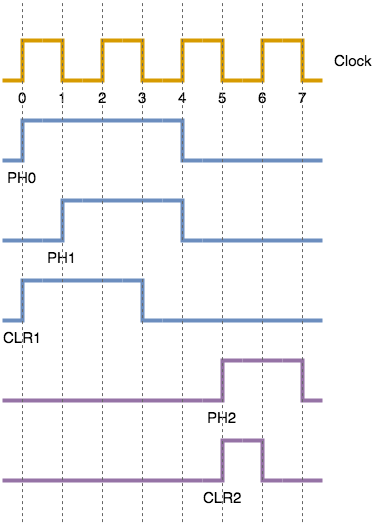
Earlier version of the draw.io export Docs/Sequencer.png (John-Lluch/G6A-RISC). Source tidied: cells renumbered, new cells last; positions are measured from the earlier drawing's top-left corner, leaving out a move shared by most shapes.
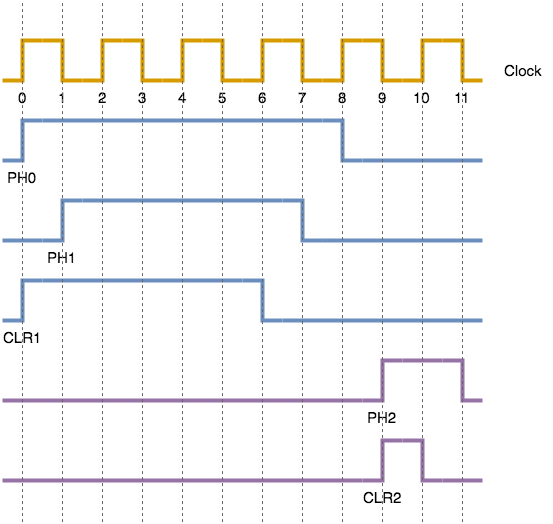
The same diagram one commit later.

What changed in the source:
```diff
@@ -30,23 +30,14 @@
       <mxGeometry y="120" width="40" height="40" as="geometry" />
     </mxCell>
     <mxCell id="11" style="verticalLabelPosition=bottom;shadow=0;dashed=0;align=center;fillColor=#dae8fc;html=1;verticalAlign=top;strokeWidth=4;shape=mxgraph.electrical.waveforms.step_2;fontSize=15;strokeColor=#6c8ebf;" parent="1" vertex="1">
-      <mxGeometry x="160" y="120" width="40" height="40" as="geometry" />
+      <mxGeometry x="320" y="120" width="40" height="40" as="geometry" />
     </mxCell>
-    <mxCell id="12" style="endArrow=none;html=1;fontSize=15;strokeWidth=4;fillColor=#dae8fc;strokeColor=#6c8ebf;rounded=0;align=center;verticalAlign=top;" parent="1" edge="1">
-      <mxGeometry relative="1" as="geometry">
-        <mxPoint x="79" y="120" as="sourcePoint" />
-        <mxPoint x="160" y="120" as="targetPoint" />
-        <Array as="points">
-          <mxPoint x="40" y="120" />
-        </Array>
-      </mxGeometry>
-    </mxCell>
     <mxCell id="13" style="endArrow=none;html=1;fontSize=15;strokeWidth=4;fillColor=#dae8fc;strokeColor=#6c8ebf;align=center;verticalAlign=top;" parent="1" edge="1">
       <mxGeometry relative="1" as="geometry">
-        <mxPoint x="200" y="160" as="sourcePoint" />
-        <mxPoint x="320" y="160" as="targetPoint" />
+        <mxPoint x="360" y="160" as="sourcePoint" />
+        <mxPoint x="480" y="160" as="targetPoint" />
         <Array as="points">
-          <mxPoint x="200" y="160" />
+          <mxPoint x="360" y="160" />
         </Array>
       </mxGeometry>
     </mxCell>
@@ -54,134 +45,171 @@
       <mxGeometry x="40" y="200" width="40" height="40" as="geometry" />
     </mxCell>
     <mxCell id="15" style="verticalLabelPosition=bottom;shadow=0;dashed=0;align=center;fillColor=#dae8fc;html=1;verticalAlign=top;strokeWidth=4;shape=mxgraph.electrical.waveforms.step_2;fontSize=15;strokeColor=#6c8ebf;" parent="1" vertex="1">
-      <mxGeometry x="160" y="200" width="40" height="40" as="geometry" />
+      <mxGeometry x="280" y="200" width="40" height="40" as="geometry" />
     </mxCell>
     <mxCell id="16" style="endArrow=none;html=1;fontSize=15;strokeWidth=4;fillColor=#dae8fc;strokeColor=#6c8ebf;rounded=0;align=center;verticalAlign=top;" parent="1" edge="1">
       <mxGeometry relative="1" as="geometry">
         <mxPoint x="80" y="200" as="sourcePoint" />
-        <mxPoint x="160" y="200" as="targetPoint" />
+        <mxPoint x="280" y="200" as="targetPoint" />
       </mxGeometry>
     </mxCell>
-    <mxCell id="17" style="endArrow=none;html=1;fontSize=15;strokeWidth=4;fillColor=#dae8fc;strokeColor=#6c8ebf;rounded=0;align=center;verticalAlign=top;" parent="1" edge="1">
+    <mxCell id="17" style="endArrow=none;html=1;fontSize=15;strokeWidth=4;fillColor=#dae8fc;strokeColor=#6c8ebf;rounded=0;align=center;verticalAlign=top;exitX=0.992;exitY=1;exitDx=0;exitDy=0;exitPerimeter=0;" parent="1" edge="1" source="15">
       <mxGeometry relative="1" as="geometry">
-        <mxPoint x="200" y="240" as="sourcePoint" />
-        <mxPoint x="320" y="240" as="targetPoint" />
+        <mxPoint x="480" y="240" as="targetPoint" />
       </mxGeometry>
     </mxCell>
-    <mxCell id="18" style="endArrow=none;html=1;fontSize=15;strokeWidth=4;fillColor=#dae8fc;strokeColor=#6c8ebf;rounded=0;align=center;verticalAlign=top;" parent="1" edge="1">
-      <mxGeometry relative="1" as="geometry">
-        <mxPoint x="30" y="240" as="sourcePoint" />
-        <mxPoint x="30" y="240" as="targetPoint" />
-        <Array as="points">
-          <mxPoint y="240" />
-          <mxPoint x="40" y="240" />
-        </Array>
-      </mxGeometry>
-    </mxCell>
     <mxCell id="19" value="CLR1" style="verticalLabelPosition=bottom;shadow=0;dashed=0;align=center;fillColor=#dae8fc;html=1;verticalAlign=top;strokeWidth=4;shape=mxgraph.electrical.waveforms.step_1;fontSize=15;strokeColor=#6c8ebf;fontStyle=0;" parent="1" vertex="1">
       <mxGeometry y="280" width="40" height="40" as="geometry" />
     </mxCell>
     <mxCell id="20" style="verticalLabelPosition=bottom;shadow=0;dashed=0;align=center;fillColor=#dae8fc;html=1;verticalAlign=top;strokeWidth=4;shape=mxgraph.electrical.waveforms.step_2;fontSize=15;strokeColor=#6c8ebf;" parent="1" vertex="1">
-      <mxGeometry x="120" y="280" width="40" height="40" as="geometry" />
+      <mxGeometry x="240" y="280" width="40" height="40" as="geometry" />
     </mxCell>
     <mxCell id="21" style="endArrow=none;html=1;fontSize=15;strokeWidth=4;fillColor=#dae8fc;strokeColor=#6c8ebf;rounded=0;align=center;verticalAlign=top;" parent="1" edge="1">
       <mxGeometry relative="1" as="geometry">
         <mxPoint x="40" y="280" as="sourcePoint" />
-        <mxPoint x="120" y="280" as="targetPoint" />
+        <mxPoint x="240" y="280" as="targetPoint" />
       </mxGeometry>
     </mxCell>
     <mxCell id="22" style="endArrow=none;html=1;fontSize=15;strokeWidth=4;fillColor=#dae8fc;strokeColor=#6c8ebf;rounded=0;align=center;verticalAlign=top;" parent="1" edge="1">
       <mxGeometry relative="1" as="geometry">
-        <mxPoint x="160" y="320" as="sourcePoint" />
-        <mxPoint x="320" y="320" as="targetPoint" />
+        <mxPoint x="280" y="320" as="sourcePoint" />
+        <mxPoint x="480" y="320" as="targetPoint" />
       </mxGeometry>
     </mxCell>
     <mxCell id="23" value="PH2" style="verticalLabelPosition=bottom;shadow=0;dashed=0;align=center;fillColor=#e1d5e7;html=1;verticalAlign=top;strokeWidth=4;shape=mxgraph.electrical.waveforms.step_1;fontSize=15;strokeColor=#9673a6;fontStyle=0;" parent="1" vertex="1">
-      <mxGeometry x="200" y="360" width="40" height="40" as="geometry" />
+      <mxGeometry x="360" y="360" width="40" height="40" as="geometry" />
     </mxCell>
     <mxCell id="24" style="verticalLabelPosition=bottom;shadow=0;dashed=0;align=center;fillColor=#e1d5e7;html=1;verticalAlign=top;strokeWidth=4;shape=mxgraph.electrical.waveforms.step_2;fontSize=15;strokeColor=#9673a6;" parent="1" vertex="1">
-      <mxGeometry x="280" y="360" width="40" height="40" as="geometry" />
+      <mxGeometry x="440" y="360" width="40" height="40" as="geometry" />
     </mxCell>
     <mxCell id="25" style="endArrow=none;html=1;fontSize=15;strokeWidth=4;fillColor=#e1d5e7;strokeColor=#9673a6;rounded=0;align=center;verticalAlign=top;" parent="1" edge="1">
       <mxGeometry relative="1" as="geometry">
-        <mxPoint x="240" y="360" as="sourcePoint" />
-        <mxPoint x="280" y="360" as="targetPoint" />
+        <mxPoint x="400" y="360" as="sourcePoint" />
+        <mxPoint x="440" y="360" as="targetPoint" />
       </mxGeometry>
     </mxCell>
     <mxCell id="26" value="CLR2" style="verticalLabelPosition=bottom;shadow=0;dashed=0;align=center;fillColor=#e1d5e7;html=1;verticalAlign=top;strokeWidth=4;shape=mxgraph.electrical.waveforms.step_1;fontSize=15;strokeColor=#9673a6;fontStyle=0;" parent="1" vertex="1">
-      <mxGeometry x="200" y="440.1" width="40" height="40" as="geometry" />
+      <mxGeometry x="360" y="440.1" width="40" height="40" as="geometry" />
     </mxCell>
     <mxCell id="27" style="verticalLabelPosition=bottom;shadow=0;dashed=0;align=center;fillColor=#e1d5e7;html=1;verticalAlign=top;strokeWidth=4;shape=mxgraph.electrical.waveforms.step_2;fontSize=15;strokeColor=#9673a6;" parent="1" vertex="1">
-      <mxGeometry x="240" y="440.1" width="40" height="40" as="geometry" />
+      <mxGeometry x="400" y="440.1" width="40" height="40" as="geometry" />
     </mxCell>
     <mxCell id="28" style="endArrow=none;html=1;fontSize=15;strokeWidth=4;fillColor=#e1d5e7;strokeColor=#9673a6;rounded=0;align=center;verticalAlign=top;" parent="1" edge="1">
       <mxGeometry relative="1" as="geometry">
         <mxPoint y="480" as="sourcePoint" />
-        <mxPoint x="200" y="480" as="targetPoint" />
+        <mxPoint x="360" y="480" as="targetPoint" />
       </mxGeometry>
     </mxCell>
     <mxCell id="29" style="endArrow=none;html=1;fontSize=15;strokeWidth=4;fillColor=#e1d5e7;strokeColor=#9673a6;rounded=0;align=center;verticalAlign=top;" parent="1" edge="1">
       <mxGeometry relative="1" as="geometry">
         <mxPoint y="400" as="sourcePoint" />
-        <mxPoint x="200" y="400" as="targetPoint" />
+        <mxPoint x="360" y="400" as="targetPoint" />
       </mxGeometry>
     </mxCell>
     <mxCell id="30" style="endArrow=none;html=1;fontSize=15;strokeWidth=4;fillColor=#e1d5e7;strokeColor=#9673a6;rounded=0;align=center;verticalAlign=top;" parent="1" edge="1">
       <mxGeometry relative="1" as="geometry">
-        <mxPoint x="280" y="480" as="sourcePoint" />
-        <mxPoint x="320" y="480" as="targetPoint" />
+        <mxPoint x="440" y="480" as="sourcePoint" />
+        <mxPoint x="480" y="480" as="targetPoint" />
       </mxGeometry>
     </mxCell>
+    <mxCell id="39" value="Clock" style="text;html=1;strokeColor=none;fillColor=none;align=left;verticalAlign=middle;whiteSpace=wrap;rounded=0;shadow=0;fontSize=15;" parent="1" vertex="1">
+      <mxGeometry x="500" y="60" width="50" height="20" as="geometry" />
+    </mxCell>
+    <mxCell id="40" value="8" style="verticalLabelPosition=bottom;shadow=0;dashed=0;align=center;fillColor=#ffe6cc;html=1;verticalAlign=top;strokeWidth=4;shape=mxgraph.electrical.waveforms.step_1;fontStyle=0;fontSize=15;strokeColor=#d79b00;" parent="1" vertex="1">
+      <mxGeometry x="320" y="40" width="40" height="40" as="geometry" />
+    </mxCell>
+    <mxCell id="41" value="9" style="verticalLabelPosition=bottom;shadow=0;dashed=0;align=center;fillColor=#ffe6cc;html=1;verticalAlign=top;strokeWidth=4;shape=mxgraph.electrical.waveforms.step_2;fontSize=15;fontStyle=0;strokeColor=#d79b00;" parent="1" vertex="1">
+      <mxGeometry x="360" y="40" width="40" height="40" as="geometry" />
+    </mxCell>
+    <mxCell id="42" value="10" style="verticalLabelPosition=bottom;shadow=0;dashed=0;align=center;fillColor=#ffe6cc;html=1;verticalAlign=top;strokeWidth=4;shape=mxgraph.electrical.waveforms.step_1;fontStyle=0;fontSize=15;strokeColor=#d79b00;" parent="1" vertex="1">
+      <mxGeometry x="400" y="40" width="40" height="40" as="geometry" />
+    </mxCell>
+    <mxCell id="43" value="11" style="verticalLabelPosition=bottom;shadow=0;dashed=0;align=center;fillColor=#ffe6cc;html=1;verticalAlign=top;strokeWidth=4;shape=mxgraph.electrical.waveforms.step_2;fontSize=15;fontStyle=0;strokeColor=#d79b00;" parent="1" vertex="1">
+      <mxGeometry x="440" y="40" width="40" height="40" as="geometry" />
+    </mxCell>
+    <mxCell id="44" style="endArrow=none;html=1;fontSize=15;strokeWidth=4;fillColor=#dae8fc;strokeColor=#6c8ebf;rounded=0;align=center;verticalAlign=top;entryX=0;entryY=0;entryDx=0;entryDy=0;entryPerimeter=0;" parent="1" edge="1" target="11">
+      <mxGeometry relative="1" as="geometry">
+        <mxPoint x="40" y="120" as="sourcePoint" />
+      </mxGeometry>
+    </mxCell>
+    <mxCell id="45" style="endArrow=none;html=1;fontSize=15;strokeWidth=4;fillColor=#dae8fc;strokeColor=#6c8ebf;rounded=0;align=center;verticalAlign=top;" parent="1" edge="1">
+      <mxGeometry relative="1" as="geometry">
+        <mxPoint y="240" as="sourcePoint" />
+        <mxPoint x="40" y="240" as="targetPoint" />
+      </mxGeometry>
+    </mxCell>
+    <mxCell id="46" value="Lineas" parent="0" />
-    <mxCell id="31" style="endArrow=none;dashed=1;html=1;strokeWidth=1;fontSize=18;fillColor=#f5f5f5;strokeColor=#666666;verticalAlign=top;align=center;" parent="1" edge="1">
+    <mxCell id="31" style="endArrow=none;dashed=1;html=1;strokeWidth=1;fontSize=18;fillColor=#f5f5f5;strokeColor=#666666;verticalAlign=top;align=center;" parent="46" edge="1">
       <mxGeometry relative="1" as="geometry">
         <mxPoint x="20" y="521.6" as="sourcePoint" />
         <mxPoint x="20" as="targetPoint" />
       </mxGeometry>
     </mxCell>
-    <mxCell id="32" style="endArrow=none;dashed=1;html=1;strokeWidth=1;fontSize=18;fillColor=#f5f5f5;strokeColor=#666666;verticalAlign=top;align=center;" parent="1" edge="1">
+    <mxCell id="32" style="endArrow=none;dashed=1;html=1;strokeWidth=1;fontSize=18;fillColor=#f5f5f5;strokeColor=#666666;verticalAlign=top;align=center;" parent="46" edge="1">
       <mxGeometry relative="1" as="geometry">
         <mxPoint x="60" y="521.6" as="sourcePoint" />
         <mxPoint x="60" as="targetPoint" />
       </mxGeometry>
     </mxCell>
-    <mxCell id="33" style="endArrow=none;dashed=1;html=1;strokeWidth=1;fontSize=18;fillColor=#f5f5f5;strokeColor=#666666;verticalAlign=top;align=center;" parent="1" edge="1">
+    <mxCell id="33" style="endArrow=none;dashed=1;html=1;strokeWidth=1;fontSize=18;fillColor=#f5f5f5;strokeColor=#666666;verticalAlign=top;align=center;" parent="46" edge="1">
       <mxGeometry relative="1" as="geometry">
         <mxPoint x="100" y="521.6" as="sourcePoint" />
         <mxPoint x="100" as="targetPoint" />
       </mxGeometry>
     </mxCell>
-    <mxCell id="34" style="endArrow=none;dashed=1;html=1;strokeWidth=1;fontSize=18;fillColor=#f5f5f5;strokeColor=#666666;verticalAlign=top;align=center;" parent="1" edge="1">
+    <mxCell id="34" style="endArrow=none;dashed=1;html=1;strokeWidth=1;fontSize=18;fillColor=#f5f5f5;strokeColor=#666666;verticalAlign=top;align=center;" parent="46" edge="1">
       <mxGeometry relative="1" as="geometry">
         <mxPoint x="140" y="521.6" as="sourcePoint" />
         <mxPoint x="140" as="targetPoint" />
       </mxGeometry>
     </mxCell>
-    <mxCell id="35" style="endArrow=none;dashed=1;html=1;strokeWidth=1;fontSize=18;fillColor=#f5f5f5;strokeColor=#666666;verticalAlign=top;align=center;" parent="1" edge="1">
+    <mxCell id="35" style="endArrow=none;dashed=1;html=1;strokeWidth=1;fontSize=18;fillColor=#f5f5f5;strokeColor=#666666;verticalAlign=top;align=center;" parent="46" edge="1">
       <mxGeometry relative="1" as="geometry">
         <mxPoint x="180" y="521.6" as="sourcePoint" />
         <mxPoint x="180" as="targetPoint" />
       </mxGeometry>
     </mxCell>
-    <mxCell id="36" style="endArrow=none;dashed=1;html=1;strokeWidth=1;fontSize=18;fillColor=#f5f5f5;strokeColor=#666666;verticalAlign=top;align=center;" parent="1" edge="1">
+    <mxCell id="36" style="endArrow=none;dashed=1;html=1;strokeWidth=1;fontSize=18;fillColor=#f5f5f5;strokeColor=#666666;verticalAlign=top;align=center;" parent="46" edge="1">
       <mxGeometry relative="1" as="geometry">
         <mxPoint x="220" y="521.6" as="sourcePoint" />
         <mxPoint x="220" as="targetPoint" />
       </mxGeometry>
     </mxCell>
-    <mxCell id="37" style="endArrow=none;dashed=1;html=1;strokeWidth=1;fontSize=18;fillColor=#f5f5f5;strokeColor=#666666;verticalAlign=top;align=center;" parent="1" edge="1">
+    <mxCell id="37" style="endArrow=none;dashed=1;html=1;strokeWidth=1;fontSize=18;fillColor=#f5f5f5;strokeColor=#666666;verticalAlign=top;align=center;" parent="46" edge="1">
       <mxGeometry relative="1" as="geometry">
         <mxPoint x="260" y="521.6" as="sourcePoint" />
         <mxPoint x="260" as="targetPoint" />
       </mxGeometry>
     </mxCell>
-    <mxCell id="38" style="endArrow=none;dashed=1;html=1;strokeWidth=1;fontSize=18;fillColor=#f5f5f5;strokeColor=#666666;verticalAlign=top;align=center;" parent="1" edge="1">
+    <mxCell id="38" style="endArrow=none;dashed=1;html=1;strokeWidth=1;fontSize=18;fillColor=#f5f5f5;strokeColor=#666666;verticalAlign=top;align=center;" parent="46" edge="1">
       <mxGeometry relative="1" as="geometry">
         <mxPoint x="300" y="521.6" as="sourcePoint" />
         <mxPoint x="300" as="targetPoint" />
       </mxGeometry>
     </mxCell>
-    <mxCell id="39" value="Clock" style="text;html=1;strokeColor=none;fillColor=none;align=left;verticalAlign=middle;whiteSpace=wrap;rounded=0;shadow=0;fontSize=15;" parent="1" vertex="1">
-      <mxGeometry x="330" y="50" width="50" height="20" as="geometry" />
-    </mxCell>
+    <mxCell id="47" style="endArrow=none;dashed=1;html=1;strokeWidth=1;fontSize=18;fillColor=#f5f5f5;strokeColor=#666666;verticalAlign=top;align=center;" parent="46" edge="1">
+      <mxGeometry relative="1" as="geometry">
+        <mxPoint x="340" y="521.6" as="sourcePoint" />
+        <mxPoint x="340" as="targetPoint" />
+      </mxGeometry>
+    </mxCell>
+    <mxCell id="48" style="endArrow=none;dashed=1;html=1;strokeWidth=1;fontSize=18;fillColor=#f5f5f5;strokeColor=#666666;verticalAlign=top;align=center;" parent="46" edge="1">
+      <mxGeometry relative="1" as="geometry">
+        <mxPoint x="380" y="521.6" as="sourcePoint" />
+        <mxPoint x="380" as="targetPoint" />
+      </mxGeometry>
+    </mxCell>
+    <mxCell id="49" style="endArrow=none;dashed=1;html=1;strokeWidth=1;fontSize=18;fillColor=#f5f5f5;strokeColor=#666666;verticalAlign=top;align=center;" parent="46" edge="1">
+      <mxGeometry relative="1" as="geometry">
+        <mxPoint x="420" y="521.6" as="sourcePoint" />
+        <mxPoint x="420" as="targetPoint" />
+      </mxGeometry>
+    </mxCell>
+    <mxCell id="50" style="endArrow=none;dashed=1;html=1;strokeWidth=1;fontSize=18;fillColor=#f5f5f5;strokeColor=#666666;verticalAlign=top;align=center;" parent="46" edge="1">
+      <mxGeometry relative="1" as="geometry">
+        <mxPoint x="460" y="521.6" as="sourcePoint" />
+        <mxPoint x="460" as="targetPoint" />
+      </mxGeometry>
+    </mxCell>
   </root>
 </mxGraphModel>
```
